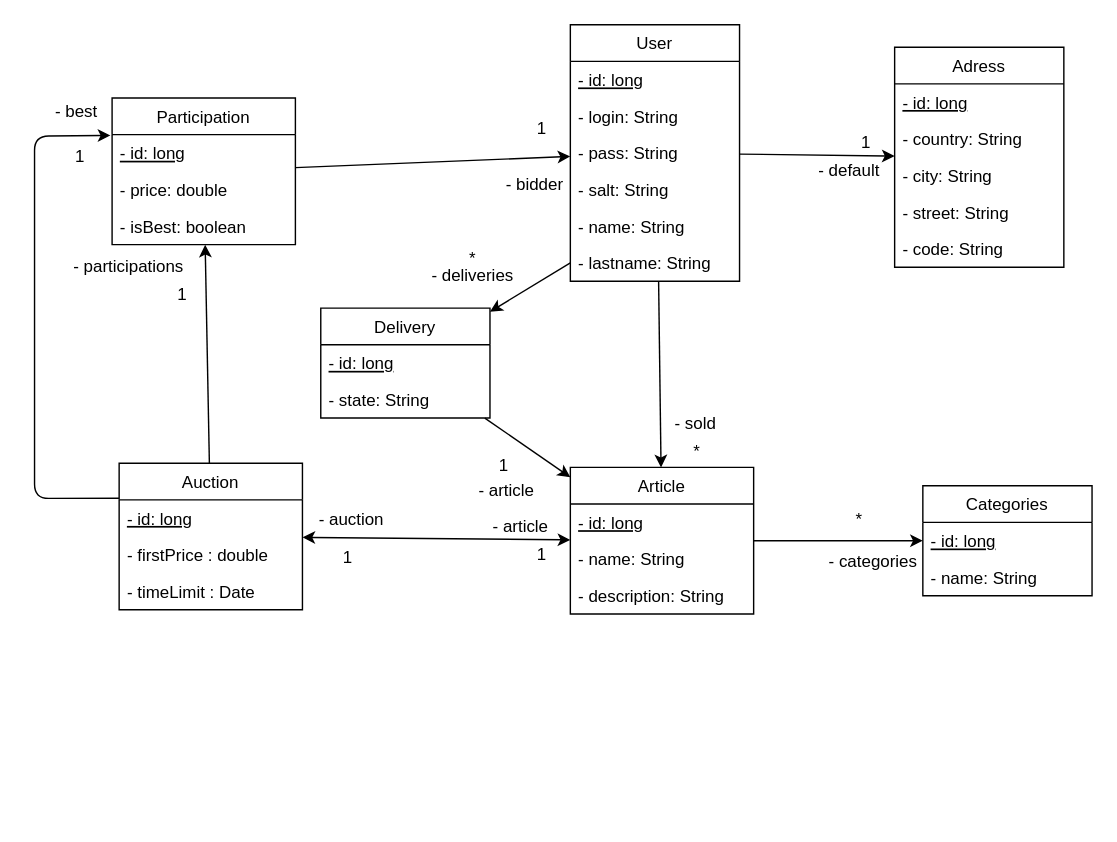
Above: doc/conception/persistence.drawio in Reynault/Auction-JEE (draw.io), before the change. Source tidied: cells renumbered, new cells numbered last; positions are measured from the earlier drawing's top-left corner, leaving out a move shared by most shapes. Both pictures are drawn from the tidied source at 141%, with x=0, y=0 at pixel (34, 24).
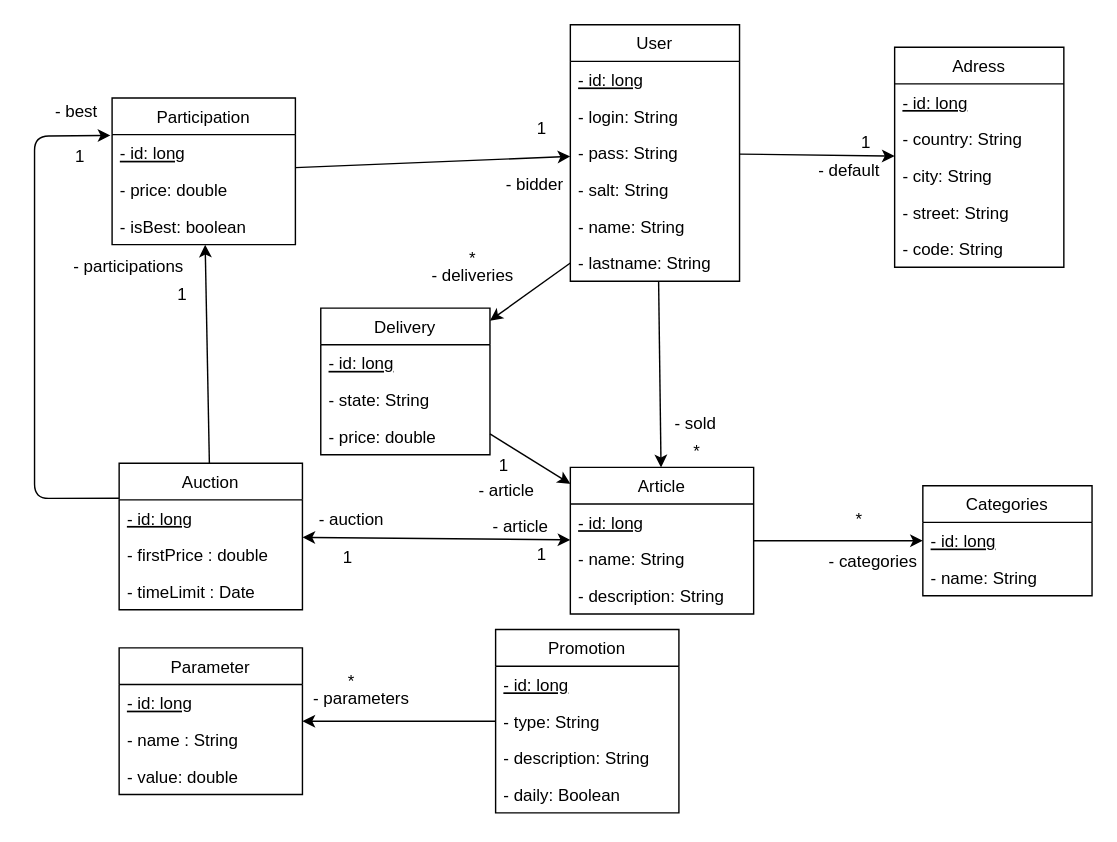
The same page after the edit.

Commit message (it also covers changes not shown here):
debug et modif de persistence pour ajouter les promotions

What changed in the source:
```diff
@@
     <mxCell id="59" value="Delivery" style="swimlane;fontStyle=0;horizontal=1;startSize=26;fillColor=none;" parent="1" vertex="1">
-      <mxGeometry x="203" y="201" width="120" height="78" as="geometry" />
+      <mxGeometry x="203" y="201" width="120" height="104" as="geometry" />
     </mxCell>
@@
+    <mxCell id="62" value="- price: double" style="text;strokeColor=none;fillColor=none;align=left;verticalAlign=top;spacingLeft=4;spacingRight=4;overflow=hidden;fontStyle=0;" parent="59" vertex="1">
+      <mxGeometry y="78" width="120" height="26" as="geometry" />
+    </mxCell>
+    <mxCell id="63" style="endArrow=classic;html=1;endFill=1;startArrow=none;startFill=0;" parent="1" edge="1" source="70" target="66">
+      <mxGeometry relative="1" as="geometry" />
+    </mxCell>
+    <mxCell id="64" value="*" style="text;html=1;strokeColor=none;fillColor=none;align=center;verticalAlign=middle;whiteSpace=wrap;rounded=0;" parent="1" vertex="1">
+      <mxGeometry x="205" y="456" width="40" height="20" as="geometry" />
+    </mxCell>
+    <mxCell id="65" value="- parameters" style="text;html=1;strokeColor=none;fillColor=none;align=center;verticalAlign=middle;whiteSpace=wrap;rounded=0;" parent="1" vertex="1">
+      <mxGeometry x="190" y="468" width="84" height="20" as="geometry" />
+    </mxCell>
+    <mxCell id="66" value="Parameter" style="swimlane;fontStyle=0;horizontal=1;startSize=26;fillColor=none;" parent="1" vertex="1">
+      <mxGeometry x="60" y="442" width="130" height="104" as="geometry" />
+    </mxCell>
+    <mxCell id="67" value="- id: long" style="text;strokeColor=none;fillColor=none;align=left;verticalAlign=top;spacingLeft=4;spacingRight=4;overflow=hidden;fontStyle=4;" parent="66" vertex="1">
+      <mxGeometry y="26" width="130" height="26" as="geometry" />
+    </mxCell>
+    <mxCell id="68" value="- name : String" style="text;strokeColor=none;fillColor=none;align=left;verticalAlign=top;spacingLeft=4;spacingRight=4;overflow=hidden;" parent="66" vertex="1">
+      <mxGeometry y="52" width="130" height="26" as="geometry" />
+    </mxCell>
+    <mxCell id="69" value="- value: double" style="text;strokeColor=none;fillColor=none;align=left;verticalAlign=top;spacingLeft=4;spacingRight=4;overflow=hidden;" parent="66" vertex="1">
+      <mxGeometry y="78" width="130" height="26" as="geometry" />
+    </mxCell>
+    <mxCell id="70" value="Promotion" style="swimlane;fontStyle=0;horizontal=1;startSize=26;fillColor=none;" parent="1" vertex="1">
+      <mxGeometry x="327" y="429" width="130" height="130" as="geometry" />
+    </mxCell>
+    <mxCell id="71" value="- id: long" style="text;strokeColor=none;fillColor=none;align=left;verticalAlign=top;spacingLeft=4;spacingRight=4;overflow=hidden;fontStyle=4;" parent="70" vertex="1">
+      <mxGeometry y="26" width="130" height="26" as="geometry" />
+    </mxCell>
+    <mxCell id="72" value="- type: String" style="text;strokeColor=none;fillColor=none;align=left;verticalAlign=top;spacingLeft=4;spacingRight=4;overflow=hidden;" parent="70" vertex="1">
+      <mxGeometry y="52" width="130" height="26" as="geometry" />
+    </mxCell>
+    <mxCell id="73" value="- description: String" style="text;strokeColor=none;fillColor=none;align=left;verticalAlign=top;spacingLeft=4;spacingRight=4;overflow=hidden;" parent="70" vertex="1">
+      <mxGeometry y="78" width="130" height="26" as="geometry" />
+    </mxCell>
+    <mxCell id="74" value="- daily: Boolean" style="text;strokeColor=none;fillColor=none;align=left;verticalAlign=top;spacingLeft=4;spacingRight=4;overflow=hidden;" parent="70" vertex="1">
+      <mxGeometry y="104" width="130" height="26" as="geometry" />
+    </mxCell>
```
